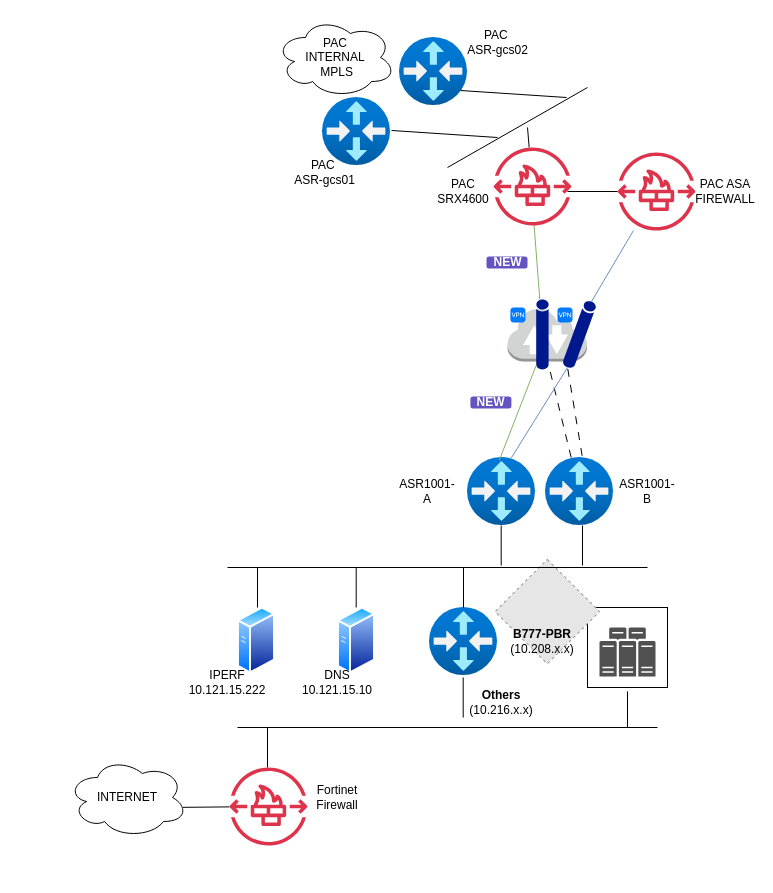
Before: sita.drawio in Mpancake/diagrams, a draw.io diagram. Source tidied: cells renumbered, new cells numbered last; positions are measured from the earlier drawing's top-left corner, leaving out a move shared by most shapes. Both pictures are drawn from the tidied source at 100%, with x=0, y=0 at pixel (67, 17). Pictures stored in the file or linked from it are replaced by grey dashed boxes.
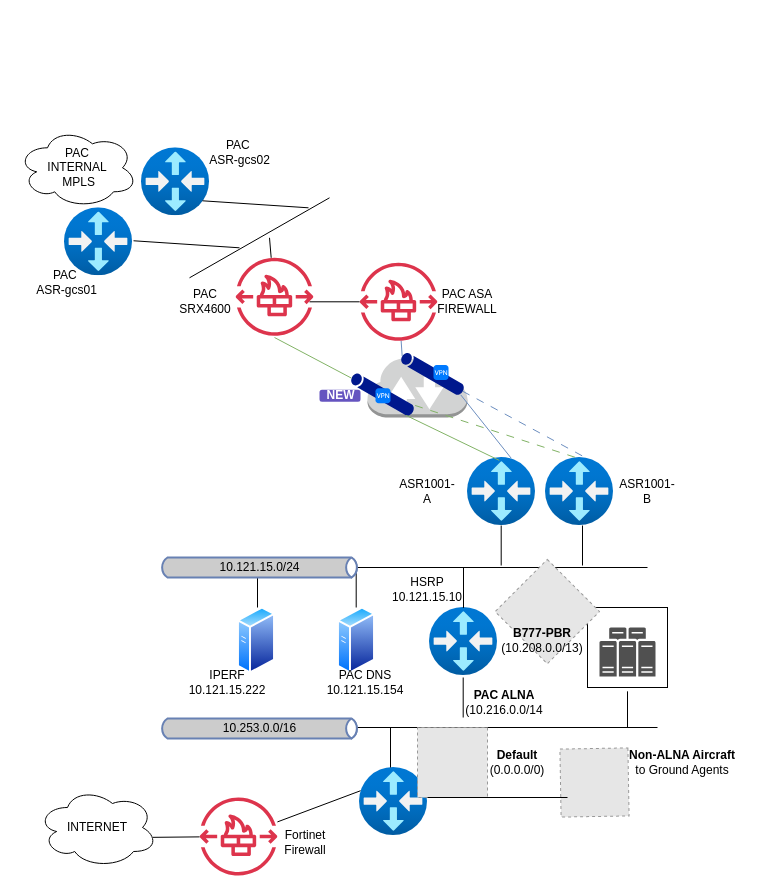
Above is the later version.

The change refers to these unchanged cells:
```xml
<mxCell id="2" style="image;html=1;points=[];align=center;fontSize=12;image=img/lib/azure2/networking/Virtual_Router.svg;" parent="1" vertex="1">
  <mxGeometry x="400" y="440" width="68" height="68" as="geometry" />
</mxCell>
<mxCell id="3" style="image;html=1;points=[];align=center;fontSize=12;image=img/lib/azure2/networking/Virtual_Router.svg;" parent="1" vertex="1">
  <mxGeometry x="478" y="440" width="68" height="68" as="geometry" />
</mxCell>
```

The edit, as a diff of the source:
```diff
@@
+    <mxCell id="18" style="endArrow=none;html=1;rounded=0;" parent="1" edge="1">
+      <mxGeometry relative="1" as="geometry">
+        <mxPoint x="580" y="550" as="sourcePoint" />
+        <mxPoint x="160" y="550" as="targetPoint" />
+      </mxGeometry>
+    </mxCell>
@@
     <mxCell id="4" style="dashed=0;verticalLabelPosition=bottom;verticalAlign=top;align=center;html=1;shape=mxgraph.aws3.internet_2;fillColor=#D2D3D3;gradientColor=none;" parent="1" vertex="1">
-      <mxGeometry x="440" y="290" width="79.5" height="54" as="geometry" />
+      <mxGeometry x="300" y="339.3" width="99.8" height="60.7" as="geometry" />
     </mxCell>
-    <mxCell id="5" style="sketch=0;shadow=0;dashed=0;html=1;strokeColor=none;labelPosition=center;verticalLabelPosition=bottom;verticalAlign=top;align=center;fillColor=#00188D;shape=mxgraph.mscae.general.tunnel;rotation=90;" parent="1" vertex="1">
-      <mxGeometry x="440" y="310.7" width="70" height="12.6" as="geometry" />
+    <mxCell id="5" style="sketch=0;shadow=0;dashed=0;html=1;strokeColor=none;labelPosition=center;verticalLabelPosition=bottom;verticalAlign=top;align=center;fillColor=#00188D;shape=mxgraph.mscae.general.tunnel;rotation=30;" parent="1" vertex="1">
+      <mxGeometry x="280" y="370.7" width="70" height="12.6" as="geometry" />
     </mxCell>
     <mxCell id="6" style="html=1;strokeWidth=1;shadow=0;dashed=0;shape=mxgraph.ios7.misc.vpn;fillColor=#007AFF;strokeColor=none;buttonText=;strokeColor2=#222222;fontColor=#222222;fontSize=8;verticalLabelPosition=bottom;verticalAlign=top;align=center;sketch=0;" parent="1" vertex="1">
-      <mxGeometry x="442.9" y="290" width="15" height="15" as="geometry" />
+      <mxGeometry x="308" y="370.7" width="15" height="15" as="geometry" />
     </mxCell>
-    <mxCell id="7" style="endArrow=none;html=1;rounded=0;fillColor=#d5e8d4;strokeColor=#82b366;" parent="1" edge="1" source="5">
-      <mxGeometry relative="1" as="geometry">
-        <mxPoint x="466.6" y="208" as="targetPoint" />
-      </mxGeometry>
+    <mxCell id="7" style="endArrow=none;html=1;rounded=0;fillColor=#d5e8d4;strokeColor=#82b366;entryX=0.5;entryY=1.022;entryDx=0;entryDy=0;entryPerimeter=0;" parent="1" edge="1" source="5" target="47">
+      <mxGeometry relative="1" as="geometry" />
     </mxCell>
@@
-    <mxCell id="9" style="endArrow=none;html=1;rounded=0;entryX=0.94;entryY=0.01;entryDx=0;entryDy=0;entryPerimeter=0;dashed=1;dashPattern=8 8;" parent="1" edge="1" source="3" target="5">
+    <mxCell id="9" style="endArrow=none;html=1;rounded=0;entryX=0.94;entryY=0.01;entryDx=0;entryDy=0;entryPerimeter=0;dashed=1;dashPattern=8 8;exitX=0.433;exitY=-0.004;exitDx=0;exitDy=0;exitPerimeter=0;fillColor=#d5e8d4;strokeColor=#82b366;" parent="1" edge="1" source="3" target="5">
       <mxGeometry relative="1" as="geometry" />
     </mxCell>
@@
-    <mxCell id="15" value="&lt;b&gt;B777-PBR&lt;/b&gt;&lt;br&gt;(10.208.x.x)" style="text;html=1;align=center;verticalAlign=middle;whiteSpace=wrap;rounded=0;" parent="1" vertex="1">
-      <mxGeometry x="440" y="609" width="70" height="30" as="geometry" />
+    <mxCell id="15" value="&lt;b&gt;B777-PBR&lt;/b&gt;&lt;br&gt;(10.208.0.0/13)" style="text;html=1;align=center;verticalAlign=middle;whiteSpace=wrap;rounded=0;" parent="1" vertex="1">
+      <mxGeometry x="440" y="607.9" width="70" height="30" as="geometry" />
     </mxCell>
-    <mxCell id="16" value="&lt;b&gt;Others&lt;/b&gt;&lt;br&gt;(10.216.x.x)" style="text;html=1;align=center;verticalAlign=middle;whiteSpace=wrap;rounded=0;" parent="1" vertex="1">
-      <mxGeometry x="404" y="670" width="60" height="30" as="geometry" />
+    <mxCell id="16" value="&lt;b&gt;PAC ALNA&lt;br&gt;&lt;/b&gt;(10.216.0.0/14" style="text;html=1;align=center;verticalAlign=middle;whiteSpace=wrap;rounded=0;" parent="1" vertex="1">
+      <mxGeometry x="404" y="670" width="66" height="30" as="geometry" />
     </mxCell>
@@
-    <mxCell id="18" style="endArrow=none;html=1;rounded=0;" parent="1" edge="1">
-      <mxGeometry relative="1" as="geometry">
-        <mxPoint x="580" y="550" as="sourcePoint" />
-        <mxPoint x="160" y="550" as="targetPoint" />
-      </mxGeometry>
-    </mxCell>
@@
-    <mxCell id="24" value="DNS&lt;br&gt;10.121.15.10" style="text;html=1;align=center;verticalAlign=middle;whiteSpace=wrap;rounded=0;" parent="1" vertex="1">
-      <mxGeometry x="240" y="650" width="60" height="30" as="geometry" />
+    <mxCell id="24" value="PAC DNS&lt;br&gt;10.121.15.154" style="text;html=1;align=center;verticalAlign=middle;whiteSpace=wrap;rounded=0;" parent="1" vertex="1">
+      <mxGeometry x="268" y="650" width="60" height="30" as="geometry" />
     </mxCell>
@@
-    <mxCell id="30" style="endArrow=none;html=1;rounded=0;exitX=0.5;exitY=0.006;exitDx=0;exitDy=0;exitPerimeter=0;" parent="1" edge="1">
-      <mxGeometry relative="1" as="geometry">
-        <mxPoint x="200" y="750" as="sourcePoint" />
-        <mxPoint x="200" y="710" as="targetPoint" />
-      </mxGeometry>
+    <mxCell id="30" style="endArrow=none;html=1;rounded=0;entryX=0.017;entryY=0.341;entryDx=0;entryDy=0;entryPerimeter=0;" parent="1" edge="1" source="31" target="58">
+      <mxGeometry relative="1" as="geometry" />
     </mxCell>
     <mxCell id="31" style="sketch=0;outlineConnect=0;fontColor=#232F3E;gradientColor=none;fillColor=#DD344C;strokeColor=none;dashed=0;verticalLabelPosition=bottom;verticalAlign=top;align=center;html=1;fontSize=12;fontStyle=0;shape=mxgraph.aws4.network_firewall_endpoints;" parent="1" vertex="1">
-      <mxGeometry x="162" y="750" width="78" height="78" as="geometry" />
+      <mxGeometry x="132" y="780" width="78" height="78" as="geometry" />
     </mxCell>
     <mxCell id="32" value="Fortinet&lt;div&gt;Firewall&lt;/div&gt;" style="text;html=1;align=center;verticalAlign=middle;whiteSpace=wrap;rounded=0;" parent="1" vertex="1">
-      <mxGeometry x="240" y="765" width="60" height="30" as="geometry" />
+      <mxGeometry x="208" y="810" width="60" height="30" as="geometry" />
     </mxCell>
     <mxCell id="33" value="INTERNET" style="ellipse;shape=cloud;whiteSpace=wrap;html=1;" parent="1" vertex="1">
-      <mxGeometry y="740" width="120" height="80" as="geometry" />
+      <mxGeometry x="-30" y="770" width="120" height="80" as="geometry" />
     </mxCell>
@@
     <mxCell id="37" value="PAC&lt;br&gt;SRX4600" style="text;html=1;align=center;verticalAlign=middle;whiteSpace=wrap;rounded=0;" parent="1" vertex="1">
-      <mxGeometry x="366" y="159" width="60" height="30" as="geometry" />
+      <mxGeometry x="108" y="269.3" width="60" height="30" as="geometry" />
     </mxCell>
     <mxCell id="38" style="sketch=0;outlineConnect=0;fontColor=#232F3E;gradientColor=none;fillColor=#DD344C;strokeColor=none;dashed=0;verticalLabelPosition=bottom;verticalAlign=top;align=center;html=1;fontSize=12;fontStyle=0;shape=mxgraph.aws4.network_firewall_endpoints;" parent="1" vertex="1">
-      <mxGeometry x="550" y="135" width="78" height="78" as="geometry" />
+      <mxGeometry x="292" y="245.3" width="78" height="78" as="geometry" />
     </mxCell>
     <mxCell id="39" value="PAC ASA FIREWALL" style="text;html=1;align=center;verticalAlign=middle;whiteSpace=wrap;rounded=0;" parent="1" vertex="1">
-      <mxGeometry x="628" y="159" width="60" height="30" as="geometry" />
+      <mxGeometry x="370" y="269.3" width="60" height="30" as="geometry" />
     </mxCell>
-    <mxCell id="40" style="sketch=0;shadow=0;dashed=0;html=1;strokeColor=none;labelPosition=center;verticalLabelPosition=bottom;verticalAlign=top;align=center;fillColor=#00188D;shape=mxgraph.mscae.general.tunnel;rotation=-250;" parent="1" vertex="1">
-      <mxGeometry x="477" y="310.7" width="70" height="12.6" as="geometry" />
+    <mxCell id="40" style="sketch=0;shadow=0;dashed=0;html=1;strokeColor=none;labelPosition=center;verticalLabelPosition=bottom;verticalAlign=top;align=center;fillColor=#00188D;shape=mxgraph.mscae.general.tunnel;rotation=30;" parent="1" vertex="1">
+      <mxGeometry x="330" y="350" width="70" height="12.6" as="geometry" />
     </mxCell>
     <mxCell id="41" style="html=1;strokeWidth=1;shadow=0;dashed=0;shape=mxgraph.ios7.misc.vpn;fillColor=#007AFF;strokeColor=none;buttonText=;strokeColor2=#222222;fontColor=#222222;fontSize=8;verticalLabelPosition=bottom;verticalAlign=top;align=center;sketch=0;" parent="1" vertex="1">
-      <mxGeometry x="490" y="290" width="15" height="15" as="geometry" />
+      <mxGeometry x="366" y="347.6" width="15" height="15" as="geometry" />
     </mxCell>
@@
-    <mxCell id="43" style="endArrow=none;html=1;rounded=0;entryX=0.642;entryY=0.01;entryDx=0;entryDy=0;entryPerimeter=0;fillColor=#dae8fc;strokeColor=#6c8ebf;" parent="1" edge="1" target="2">
-      <mxGeometry relative="1" as="geometry">
-        <mxPoint x="500" y="350" as="sourcePoint" />
-      </mxGeometry>
+    <mxCell id="43" style="endArrow=none;html=1;rounded=0;entryX=0.642;entryY=0.01;entryDx=0;entryDy=0;entryPerimeter=0;fillColor=#dae8fc;strokeColor=#6c8ebf;exitX=0.999;exitY=0.827;exitDx=0;exitDy=0;exitPerimeter=0;" parent="1" edge="1" source="40" target="2">
+      <mxGeometry relative="1" as="geometry" />
     </mxCell>
-    <mxCell id="44" style="endArrow=none;html=1;rounded=0;entryX=1;entryY=0.5;entryDx=0;entryDy=0;entryPerimeter=0;dashed=1;dashPattern=8 8;exitX=0.539;exitY=-0.025;exitDx=0;exitDy=0;exitPerimeter=0;" parent="1" edge="1" source="3" target="40">
+    <mxCell id="44" style="endArrow=none;html=1;rounded=0;entryX=1;entryY=0.5;entryDx=0;entryDy=0;entryPerimeter=0;dashed=1;dashPattern=8 8;exitX=0.539;exitY=-0.025;exitDx=0;exitDy=0;exitPerimeter=0;fillColor=#dae8fc;strokeColor=#6c8ebf;" parent="1" edge="1" source="3" target="40">
       <mxGeometry relative="1" as="geometry" />
     </mxCell>
     <mxCell id="45" style="endArrow=none;html=1;rounded=0;" parent="1" edge="1" source="38">
       <mxGeometry relative="1" as="geometry">
-        <mxPoint x="500" y="174" as="targetPoint" />
+        <mxPoint x="242" y="284.3" as="targetPoint" />
       </mxGeometry>
     </mxCell>
     <mxCell id="46" style="image;html=1;align=center;fontSize=12;image=img/lib/azure2/networking/Virtual_Router.svg;" parent="1" vertex="1">
-      <mxGeometry x="332" y="20" width="68" height="68" as="geometry" />
+      <mxGeometry x="74" y="130.3" width="68" height="68" as="geometry" />
     </mxCell>
     <mxCell id="47" style="sketch=0;outlineConnect=0;fontColor=#232F3E;gradientColor=none;fillColor=#DD344C;strokeColor=none;dashed=0;verticalLabelPosition=bottom;verticalAlign=top;align=center;html=1;fontSize=12;fontStyle=0;shape=mxgraph.aws4.network_firewall_endpoints;" parent="1" vertex="1">
-      <mxGeometry x="426" y="130" width="78" height="78" as="geometry" />
+      <mxGeometry x="168" y="240.3" width="78" height="78" as="geometry" />
     </mxCell>
     <mxCell id="48" style="image;html=1;points=[];align=center;fontSize=12;image=img/lib/azure2/networking/Virtual_Router.svg;" parent="1" vertex="1">
-      <mxGeometry x="255" y="80" width="68" height="68" as="geometry" />
+      <mxGeometry x="-3" y="190.3" width="68" height="68" as="geometry" />
     </mxCell>
     <mxCell id="49" value="PAC&amp;nbsp;&lt;br&gt;ASR-gcs01" style="text;html=1;align=center;verticalAlign=middle;whiteSpace=wrap;rounded=0;" parent="1" vertex="1">
-      <mxGeometry x="220" y="140" width="75" height="30" as="geometry" />
+      <mxGeometry x="-38" y="250.3" width="75" height="30" as="geometry" />
     </mxCell>
     <mxCell id="50" value="PAC&amp;nbsp;&lt;br&gt;ASR-gcs02" style="text;html=1;align=center;verticalAlign=middle;whiteSpace=wrap;rounded=0;" parent="1" vertex="1">
-      <mxGeometry x="393" y="10" width="75" height="30" as="geometry" />
+      <mxGeometry x="135" y="120.3" width="75" height="30" as="geometry" />
     </mxCell>
     <mxCell id="51" style="endArrow=none;html=1;rounded=0;entryX=1.015;entryY=0.485;entryDx=0;entryDy=0;entryPerimeter=0;" parent="1" edge="1" target="48">
       <mxGeometry relative="1" as="geometry">
-        <mxPoint x="430" y="120" as="sourcePoint" />
+        <mxPoint x="172" y="230.3" as="sourcePoint" />
       </mxGeometry>
     </mxCell>
     <mxCell id="52" style="endArrow=none;html=1;rounded=0;" parent="1" edge="1">
       <mxGeometry relative="1" as="geometry">
-        <mxPoint x="520" y="70" as="sourcePoint" />
-        <mxPoint x="380" y="150" as="targetPoint" />
+        <mxPoint x="262" y="180.3" as="sourcePoint" />
+        <mxPoint x="122" y="260.3" as="targetPoint" />
       </mxGeometry>
     </mxCell>
     <mxCell id="53" style="endArrow=none;html=1;rounded=0;entryX=1.015;entryY=0.485;entryDx=0;entryDy=0;entryPerimeter=0;" parent="1" edge="1">
       <mxGeometry relative="1" as="geometry">
-        <mxPoint x="499" y="80" as="sourcePoint" />
-        <mxPoint x="393" y="73" as="targetPoint" />
+        <mxPoint x="241" y="190.3" as="sourcePoint" />
+        <mxPoint x="135" y="183.3" as="targetPoint" />
       </mxGeometry>
     </mxCell>
     <mxCell id="54" style="endArrow=none;html=1;rounded=0;" parent="1" edge="1" source="47">
       <mxGeometry relative="1" as="geometry">
-        <mxPoint x="460" y="110" as="targetPoint" />
+        <mxPoint x="202" y="220.3" as="targetPoint" />
       </mxGeometry>
     </mxCell>
-    <mxCell id="55" value="NEW" style="dashed=0;html=1;rounded=1;fillColor=#6554C0;strokeColor=#6554C0;fontSize=12;align=center;fontStyle=1;strokeWidth=2;fontColor=#ffffff;" parent="1" vertex="1">
-      <mxGeometry x="420" y="240" width="39" height="10" as="geometry" />
-    </mxCell>
     <mxCell id="56" value="NEW" style="dashed=0;html=1;rounded=1;fillColor=#6554C0;strokeColor=#6554C0;fontSize=12;align=center;fontStyle=1;strokeWidth=2;fontColor=#ffffff;" parent="1" vertex="1">
-      <mxGeometry x="403.9" y="380" width="39" height="10" as="geometry" />
+      <mxGeometry x="253" y="373.2" width="39" height="10" as="geometry" />
     </mxCell>
     <mxCell id="57" value="PAC&lt;br&gt;INTERNAL&lt;div&gt;&amp;nbsp;MPLS&lt;/div&gt;" style="ellipse;shape=cloud;whiteSpace=wrap;html=1;" parent="1" vertex="1">
-      <mxGeometry x="208" width="120" height="80" as="geometry" />
+      <mxGeometry x="-50" y="110.3" width="120" height="80" as="geometry" />
     </mxCell>
+    <mxCell id="58" style="image;html=1;points=[];align=center;fontSize=12;image=img/lib/azure2/networking/Virtual_Router.svg;" parent="1" vertex="1">
+      <mxGeometry x="292" y="750" width="68" height="68" as="geometry" />
+    </mxCell>
+    <mxCell id="59" style="endArrow=none;html=1;rounded=0;exitX=0.5;exitY=0.006;exitDx=0;exitDy=0;exitPerimeter=0;" parent="1" edge="1">
+      <mxGeometry relative="1" as="geometry">
+        <mxPoint x="323" y="750" as="sourcePoint" />
+        <mxPoint x="323" y="710" as="targetPoint" />
+      </mxGeometry>
+    </mxCell>
+    <mxCell id="60" value="HSRP&lt;br&gt;10.121.15.10" style="text;html=1;align=center;verticalAlign=middle;whiteSpace=wrap;rounded=0;" parent="1" vertex="1">
+      <mxGeometry x="330" y="557.2" width="60" height="30" as="geometry" />
+    </mxCell>
+    <mxCell id="61" value="&lt;b&gt;Default&lt;/b&gt;&lt;br&gt;(0.0.0.0/0)" style="text;html=1;align=center;verticalAlign=middle;whiteSpace=wrap;rounded=0;" parent="1" vertex="1">
+      <mxGeometry x="420" y="730" width="60" height="30" as="geometry" />
+    </mxCell>
+    <mxCell id="62" style="fillColor=#E6E6E6;strokeColor=#999999;dashed=1;html=1;verticalAlign=top;verticalLabelPosition=bottom;labelBackgroundColor=#ffffff;rotation=-180;" parent="1" vertex="1">
+      <mxGeometry x="350" y="710" width="70" height="70" as="geometry" />
+    </mxCell>
+    <mxCell id="63" value="10.253.0.0/16" style="html=1;fillColor=#CCCCCC;strokeColor=#6881B3;gradientColor=none;gradientDirection=north;strokeWidth=2;shape=mxgraph.networks.bus;gradientColor=none;gradientDirection=north;fontColor=#000000;perimeter=backbonePerimeter;backboneSize=20;" parent="1" vertex="1">
+      <mxGeometry x="92" y="701" width="200" height="20" as="geometry" />
+    </mxCell>
+    <mxCell id="64" value="10.121.15.0/24" style="html=1;fillColor=#CCCCCC;strokeColor=#6881B3;gradientColor=none;gradientDirection=north;strokeWidth=2;shape=mxgraph.networks.bus;gradientColor=none;gradientDirection=north;fontColor=#000000;perimeter=backbonePerimeter;backboneSize=20;" parent="1" vertex="1">
+      <mxGeometry x="92" y="540" width="200" height="20" as="geometry" />
+    </mxCell>
+    <mxCell id="65" value="&lt;b&gt;Non-ALNA Aircraft&lt;/b&gt;&lt;br&gt;to Ground Agents" style="text;html=1;align=center;verticalAlign=middle;whiteSpace=wrap;rounded=0;" parent="1" vertex="1">
+      <mxGeometry x="560" y="730" width="110" height="30" as="geometry" />
+    </mxCell>
+    <mxCell id="66" style="fillColor=#E6E6E6;strokeColor=#999999;dashed=1;html=1;verticalAlign=top;verticalLabelPosition=bottom;labelBackgroundColor=#ffffff;rotation=89;" parent="1" vertex="1">
+      <mxGeometry x="493" y="731" width="68" height="68" as="geometry" />
+    </mxCell>
+    <mxCell id="67" style="endArrow=none;html=1;rounded=0;exitX=0.857;exitY=0;exitDx=0;exitDy=0;exitPerimeter=0;" parent="1" edge="1" source="62">
+      <mxGeometry relative="1" as="geometry">
+        <mxPoint x="500" y="780" as="targetPoint" />
+      </mxGeometry>
+    </mxCell>
```
